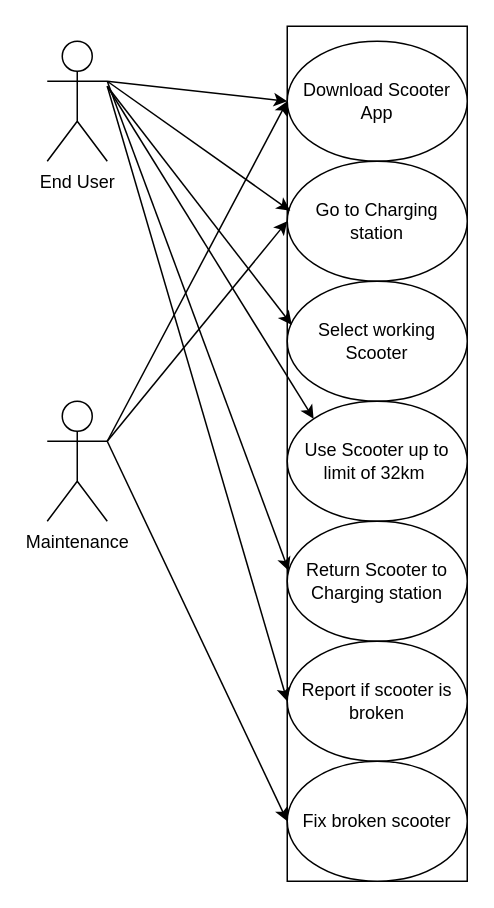
Before: UseCase.drawio in Dsjb19/Multiverse, a draw.io diagram. Source tidied: cells renumbered, new cells numbered last; positions are measured from the earlier drawing's top-left corner, leaving out a move shared by most shapes. Both pictures are drawn from the tidied source at 150%, with x=0, y=0 at pixel (46, 26).
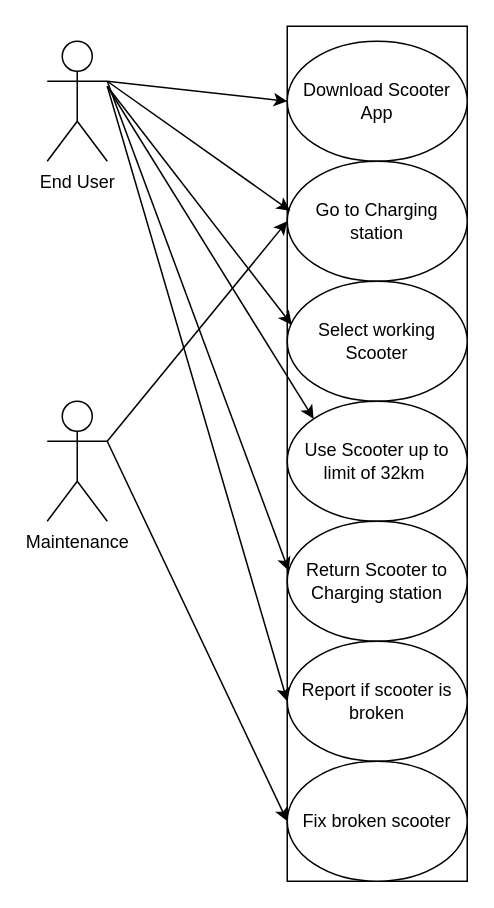
The same page after the edit.

Unchanged cells that the change refers to:
```xml
<mxCell id="3" value="Maintenance" style="shape=umlActor;verticalLabelPosition=bottom;verticalAlign=top;html=1;outlineConnect=0;" parent="1" vertex="1">
  <mxGeometry y="250" width="40" height="80" as="geometry" />
</mxCell>
<mxCell id="5" value="Download Scooter App" style="ellipse;whiteSpace=wrap;html=1;" parent="1" vertex="1">
  <mxGeometry x="160" y="10" width="120" height="80" as="geometry" />
</mxCell>
```

Change to the diagram source:
```diff
@@
-    <mxCell id="18" style="endArrow=classic;html=1;rounded=0;entryX=0;entryY=0.5;entryDx=0;entryDy=0;exitX=1;exitY=0.3333333333333333;exitDx=0;exitDy=0;exitPerimeter=0;" parent="1" edge="1" source="3" target="5">
-      <mxGeometry relative="1" as="geometry" />
-    </mxCell>
```
